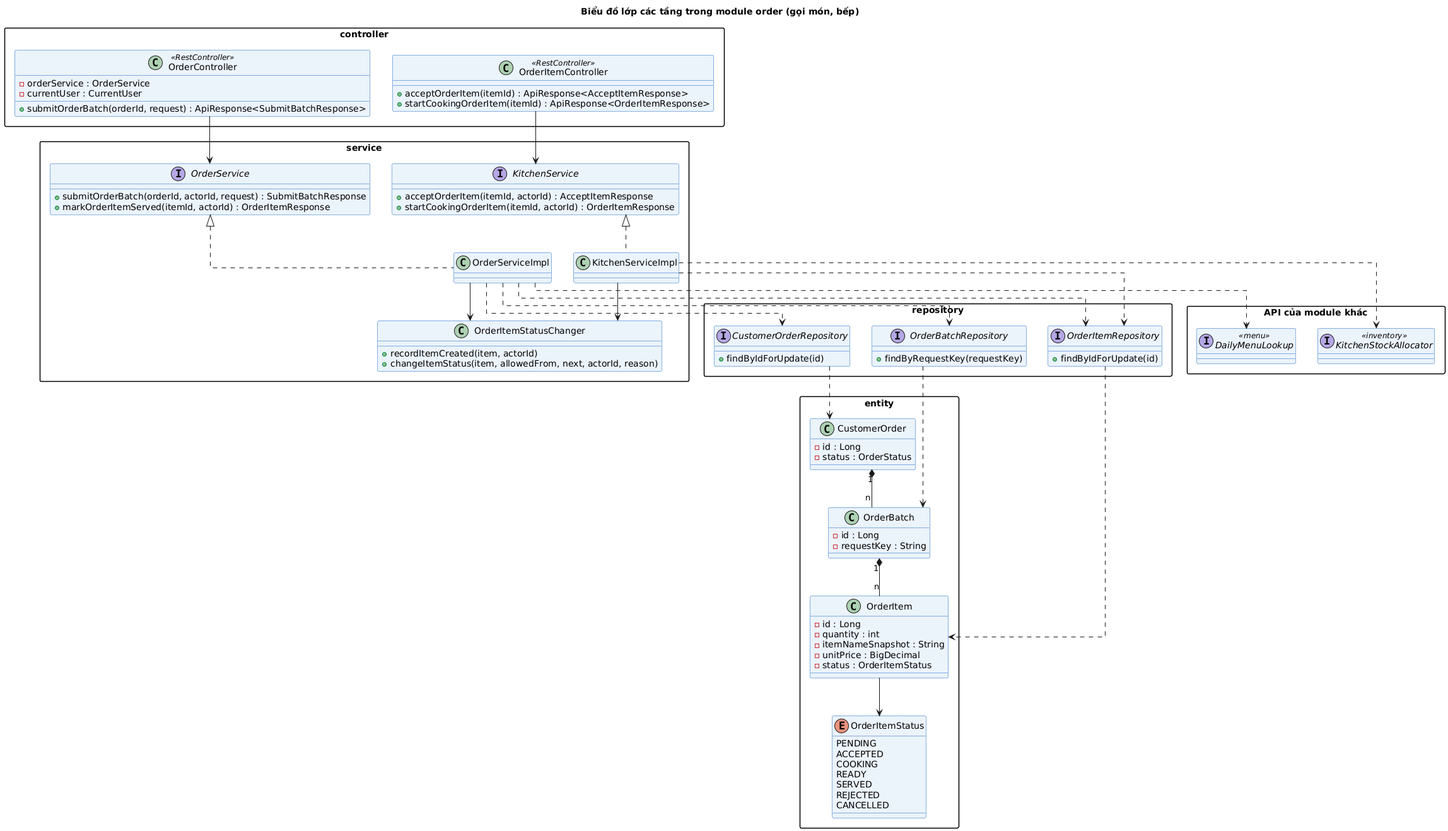
Earlier version of the PlantUML export docs/bao-cao-ltnc/uml/class-ban-hang.png (Anpham120/restaurant-management-system). Source of this version:
```plantuml
@startuml
!include _style.iuml
title Biểu đồ lớp các tầng trong module order (gọi món, bếp)
skinparam linetype ortho

package "controller" {
  class OrderController <<RestController>> {
    - orderService : OrderService
    - currentUser : CurrentUser
    + submitOrderBatch(orderId, request) : ApiResponse<SubmitBatchResponse>
  }
  class OrderItemController <<RestController>> {
    + acceptOrderItem(itemId) : ApiResponse<AcceptItemResponse>
    + startCookingOrderItem(itemId) : ApiResponse<OrderItemResponse>
  }
}
package "service" {
  interface OrderService {
    + submitOrderBatch(orderId, actorId, request) : SubmitBatchResponse
    + markOrderItemServed(itemId, actorId) : OrderItemResponse
  }
  interface KitchenService {
    + acceptOrderItem(itemId, actorId) : AcceptItemResponse
    + startCookingOrderItem(itemId, actorId) : OrderItemResponse
  }
  class OrderServiceImpl
  class KitchenServiceImpl
  class OrderItemStatusChanger {
    + recordItemCreated(item, actorId)
    + changeItemStatus(item, allowedFrom, next, actorId, reason)
  }
}
package "repository" {
  interface CustomerOrderRepository {
    + findByIdForUpdate(id)
  }
  interface OrderBatchRepository {
    + findByRequestKey(requestKey)
  }
  interface OrderItemRepository {
    + findByIdForUpdate(id)
  }
}
package "entity" {
  class CustomerOrder {
    - id : Long
    - status : OrderStatus
  }
  class OrderBatch {
    - id : Long
    - requestKey : String
  }
  class OrderItem {
    - id : Long
    - quantity : int
    - itemNameSnapshot : String
    - unitPrice : BigDecimal
    - status : OrderItemStatus
  }
  enum OrderItemStatus {
    PENDING
    ACCEPTED
    COOKING
    READY
    SERVED
    REJECTED
    CANCELLED
  }
}
package "API của module khác" {
  interface DailyMenuLookup <<menu>>
  interface KitchenStockAllocator <<inventory>>
}

OrderController --> OrderService
OrderItemController --> KitchenService
OrderService <|.. OrderServiceImpl
KitchenService <|.. KitchenServiceImpl
OrderServiceImpl --> OrderItemStatusChanger
KitchenServiceImpl --> OrderItemStatusChanger
OrderServiceImpl ..> CustomerOrderRepository
OrderServiceImpl ..> OrderBatchRepository
OrderServiceImpl ..> OrderItemRepository
KitchenServiceImpl ..> OrderItemRepository
OrderServiceImpl ..> DailyMenuLookup
KitchenServiceImpl ..> KitchenStockAllocator
CustomerOrderRepository ..> CustomerOrder
OrderBatchRepository ..> OrderBatch
OrderItemRepository ..> OrderItem
CustomerOrder "1" *-- "n" OrderBatch
OrderBatch "1" *-- "n" OrderItem
OrderItem --> OrderItemStatus
@enduml
```
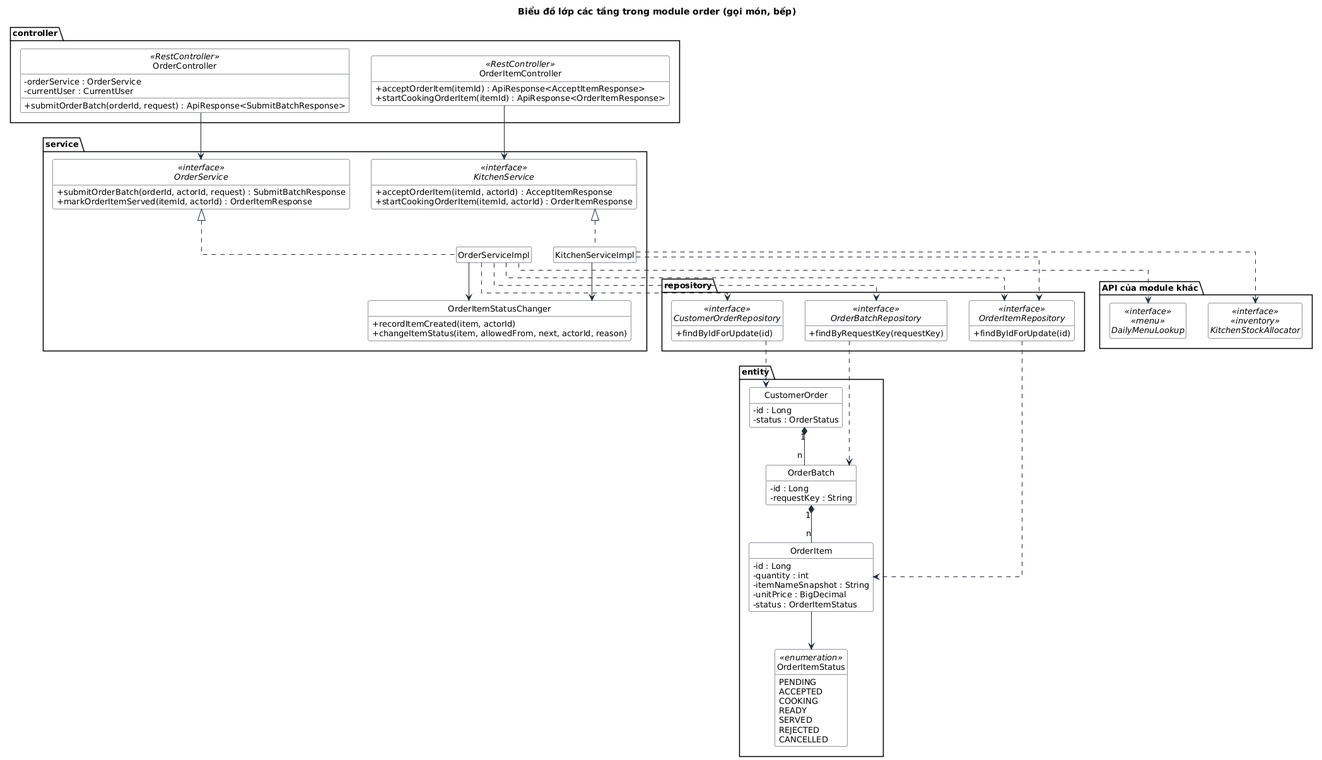
Above is the later version.

Diff of the diagram source:
```diff
@@ -1,5 +1,7 @@
 @startuml
 !include _style.iuml
+skinparam style strictuml
+hide empty members
 title Biểu đồ lớp các tầng trong module order (gọi món, bếp)
 skinparam linetype ortho
 
@@ -15,11 +17,11 @@
   }
 }
 package "service" {
-  interface OrderService {
+  interface OrderService <<interface>> {
     + submitOrderBatch(orderId, actorId, request) : SubmitBatchResponse
     + markOrderItemServed(itemId, actorId) : OrderItemResponse
   }
-  interface KitchenService {
+  interface KitchenService <<interface>> {
     + acceptOrderItem(itemId, actorId) : AcceptItemResponse
     + startCookingOrderItem(itemId, actorId) : OrderItemResponse
   }
@@ -31,13 +33,13 @@
   }
 }
 package "repository" {
-  interface CustomerOrderRepository {
+  interface CustomerOrderRepository <<interface>> {
     + findByIdForUpdate(id)
   }
-  interface OrderBatchRepository {
+  interface OrderBatchRepository <<interface>> {
     + findByRequestKey(requestKey)
   }
-  interface OrderItemRepository {
+  interface OrderItemRepository <<interface>> {
     + findByIdForUpdate(id)
   }
 }
@@ -57,7 +59,7 @@
     - unitPrice : BigDecimal
     - status : OrderItemStatus
   }
-  enum OrderItemStatus {
+  enum OrderItemStatus <<enumeration>> {
     PENDING
     ACCEPTED
     COOKING
@@ -68,8 +70,8 @@
   }
 }
 package "API của module khác" {
-  interface DailyMenuLookup <<menu>>
-  interface KitchenStockAllocator <<inventory>>
+  interface DailyMenuLookup <<interface>> <<menu>>
+  interface KitchenStockAllocator <<interface>> <<inventory>>
 }
 
 OrderController --> OrderService
```
